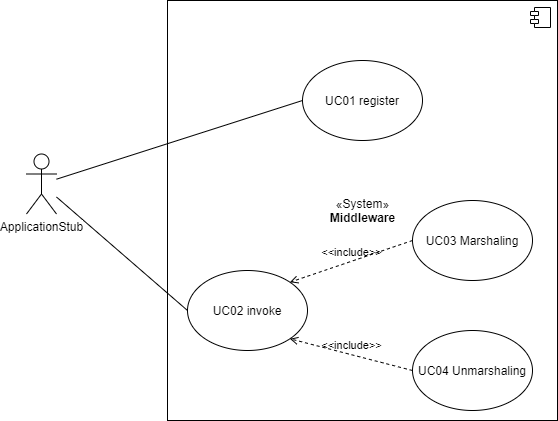
Before: Doku/images/middleware_fachlicher_trontext.png, a diagram exported from draw.io (KjellooMelloo/gameoftrons). Source tidied: cells renumbered, new cells last; positions are measured from the earlier drawing's top-left corner, leaving out a move shared by most shapes. Source of this version:
```xml
<mxGraphModel>
  <root>
    <mxCell id="0" />
    <mxCell id="1" parent="0" />
    <mxCell id="2" value="«System»&lt;br&gt;&lt;b&gt;Middleware&lt;/b&gt;" style="html=1;" parent="1" vertex="1">
      <mxGeometry x="141" width="390" height="420" as="geometry" />
    </mxCell>
    <mxCell id="3" style="shape=component;jettyWidth=8;jettyHeight=4;" parent="2" vertex="1">
      <mxGeometry x="1" width="20" height="20" relative="1" as="geometry">
        <mxPoint x="-27" y="7" as="offset" />
      </mxGeometry>
    </mxCell>
    <mxCell id="4" style="edgeStyle=none;rounded=0;jettySize=auto;html=1;entryX=0;entryY=0.5;entryDx=0;entryDy=0;endArrow=none;endFill=0;" parent="1" edge="1" source="6" target="7">
      <mxGeometry relative="1" as="geometry" />
    </mxCell>
    <mxCell id="5" style="edgeStyle=none;rounded=0;jettySize=auto;html=1;entryX=0;entryY=0.5;entryDx=0;entryDy=0;endArrow=none;endFill=0;" parent="1" edge="1" source="6" target="8">
      <mxGeometry relative="1" as="geometry" />
    </mxCell>
    <mxCell id="6" value="ApplicationStub" style="shape=umlActor;verticalLabelPosition=bottom;labelBackgroundColor=#ffffff;verticalAlign=top;html=1;outlineConnect=0;" parent="1" vertex="1">
      <mxGeometry y="153.5" width="30" height="60" as="geometry" />
    </mxCell>
    <mxCell id="7" value="UC01 register" style="ellipse;whiteSpace=wrap;html=1;" parent="1" vertex="1">
      <mxGeometry x="276" y="60" width="120" height="80" as="geometry" />
    </mxCell>
    <mxCell id="8" value="UC02 invoke" style="ellipse;whiteSpace=wrap;html=1;" parent="1" vertex="1">
      <mxGeometry x="161" y="270" width="120" height="80" as="geometry" />
    </mxCell>
    <mxCell id="9" value="UC03 Marshaling" style="ellipse;whiteSpace=wrap;html=1;" parent="1" vertex="1">
      <mxGeometry x="386" y="200" width="120" height="80" as="geometry" />
    </mxCell>
    <mxCell id="10" value="UC04 Unmarshaling" style="ellipse;whiteSpace=wrap;html=1;" parent="1" vertex="1">
      <mxGeometry x="386" y="330" width="120" height="80" as="geometry" />
    </mxCell>
    <mxCell id="11" value="&amp;lt;&amp;lt;include&amp;gt;&amp;gt;" style="edgeStyle=none;html=1;endArrow=open;verticalAlign=bottom;dashed=1;labelBackgroundColor=none;exitX=0;exitY=0.5;exitDx=0;exitDy=0;entryX=1;entryY=1;entryDx=0;entryDy=0;" parent="1" edge="1" source="10" target="8">
      <mxGeometry relative="1" as="geometry" />
    </mxCell>
    <mxCell id="12" value="&amp;lt;&amp;lt;include&amp;gt;&amp;gt;" style="edgeStyle=none;html=1;endArrow=open;verticalAlign=bottom;dashed=1;labelBackgroundColor=none;exitX=0;exitY=0.5;exitDx=0;exitDy=0;entryX=1;entryY=0;entryDx=0;entryDy=0;" parent="1" edge="1" source="9" target="8">
      <mxGeometry relative="1" as="geometry" />
    </mxCell>
  </root>
</mxGraphModel>
```
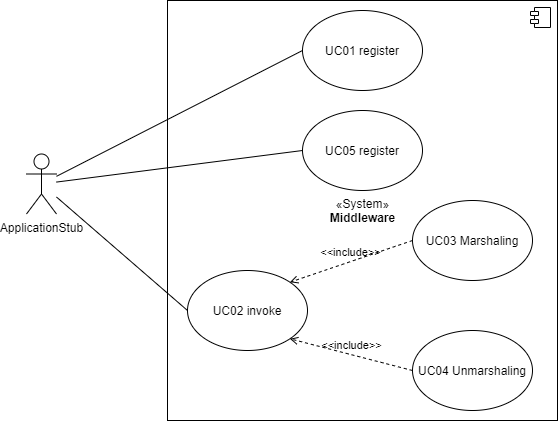
Later version of the same file.

Commit message:
small adjustment fachl. trontext, MW Ebene 1+2

What changed in the source:
```diff
@@ -10,32 +10,38 @@
         <mxPoint x="-27" y="7" as="offset" />
       </mxGeometry>
     </mxCell>
-    <mxCell id="4" style="edgeStyle=none;rounded=0;jettySize=auto;html=1;entryX=0;entryY=0.5;entryDx=0;entryDy=0;endArrow=none;endFill=0;" parent="1" edge="1" source="6" target="7">
+    <mxCell id="4" style="edgeStyle=none;rounded=0;jettySize=auto;html=1;entryX=0;entryY=0.5;entryDx=0;entryDy=0;endArrow=none;endFill=0;" parent="1" edge="1" source="7" target="8">
       <mxGeometry relative="1" as="geometry" />
     </mxCell>
-    <mxCell id="5" style="edgeStyle=none;rounded=0;jettySize=auto;html=1;entryX=0;entryY=0.5;entryDx=0;entryDy=0;endArrow=none;endFill=0;" parent="1" edge="1" source="6" target="8">
+    <mxCell id="5" style="edgeStyle=none;rounded=0;jettySize=auto;html=1;entryX=0;entryY=0.5;entryDx=0;entryDy=0;endArrow=none;endFill=0;" parent="1" edge="1" source="7" target="9">
       <mxGeometry relative="1" as="geometry" />
     </mxCell>
-    <mxCell id="6" value="ApplicationStub" style="shape=umlActor;verticalLabelPosition=bottom;labelBackgroundColor=#ffffff;verticalAlign=top;html=1;outlineConnect=0;" parent="1" vertex="1">
-      <mxGeometry y="153.5" width="30" height="60" as="geometry" />
+    <mxCell id="6" style="rounded=0;jettySize=auto;html=1;entryX=0;entryY=0.5;entryDx=0;entryDy=0;endArrow=none;endFill=0;" parent="1" edge="1" source="7" target="14">
+      <mxGeometry relative="1" as="geometry" />
     </mxCell>
-    <mxCell id="7" value="UC01 register" style="ellipse;whiteSpace=wrap;html=1;" parent="1" vertex="1">
-      <mxGeometry x="276" y="60" width="120" height="80" as="geometry" />
+    <mxCell id="7" value="ApplicationStub" style="shape=umlActor;verticalLabelPosition=bottom;labelBackgroundColor=#ffffff;verticalAlign=top;html=1;outlineConnect=0;" parent="1" vertex="1">
+      <mxGeometry y="153.5" width="30" height="60" as="geometry" />
     </mxCell>
-    <mxCell id="8" value="UC02 invoke" style="ellipse;whiteSpace=wrap;html=1;" parent="1" vertex="1">
-      <mxGeometry x="161" y="270" width="120" height="80" as="geometry" />
+    <mxCell id="8" value="UC01 register" style="ellipse;whiteSpace=wrap;html=1;" parent="1" vertex="1">
+      <mxGeometry x="276" y="10" width="120" height="80" as="geometry" />
     </mxCell>
-    <mxCell id="9" value="UC03 Marshaling" style="ellipse;whiteSpace=wrap;html=1;" parent="1" vertex="1">
-      <mxGeometry x="386" y="200" width="120" height="80" as="geometry" />
+    <mxCell id="9" value="UC02 invoke" style="ellipse;whiteSpace=wrap;html=1;" parent="1" vertex="1">
+      <mxGeometry x="161" y="270" width="120" height="80" as="geometry" />
     </mxCell>
-    <mxCell id="10" value="UC04 Unmarshaling" style="ellipse;whiteSpace=wrap;html=1;" parent="1" vertex="1">
-      <mxGeometry x="386" y="330" width="120" height="80" as="geometry" />
+    <mxCell id="10" value="UC03 Marshaling" style="ellipse;whiteSpace=wrap;html=1;" parent="1" vertex="1">
+      <mxGeometry x="386" y="200" width="120" height="80" as="geometry" />
     </mxCell>
-    <mxCell id="11" value="&amp;lt;&amp;lt;include&amp;gt;&amp;gt;" style="edgeStyle=none;html=1;endArrow=open;verticalAlign=bottom;dashed=1;labelBackgroundColor=none;exitX=0;exitY=0.5;exitDx=0;exitDy=0;entryX=1;entryY=1;entryDx=0;entryDy=0;" parent="1" edge="1" source="10" target="8">
-      <mxGeometry relative="1" as="geometry" />
+    <mxCell id="11" value="UC04 Unmarshaling" style="ellipse;whiteSpace=wrap;html=1;" parent="1" vertex="1">
+      <mxGeometry x="386" y="330" width="120" height="80" as="geometry" />
     </mxCell>
-    <mxCell id="12" value="&amp;lt;&amp;lt;include&amp;gt;&amp;gt;" style="edgeStyle=none;html=1;endArrow=open;verticalAlign=bottom;dashed=1;labelBackgroundColor=none;exitX=0;exitY=0.5;exitDx=0;exitDy=0;entryX=1;entryY=0;entryDx=0;entryDy=0;" parent="1" edge="1" source="9" target="8">
+    <mxCell id="12" value="&amp;lt;&amp;lt;include&amp;gt;&amp;gt;" style="edgeStyle=none;html=1;endArrow=open;verticalAlign=bottom;dashed=1;labelBackgroundColor=none;exitX=0;exitY=0.5;exitDx=0;exitDy=0;entryX=1;entryY=1;entryDx=0;entryDy=0;" parent="1" edge="1" source="11" target="9">
       <mxGeometry relative="1" as="geometry" />
     </mxCell>
+    <mxCell id="13" value="&amp;lt;&amp;lt;include&amp;gt;&amp;gt;" style="edgeStyle=none;html=1;endArrow=open;verticalAlign=bottom;dashed=1;labelBackgroundColor=none;exitX=0;exitY=0.5;exitDx=0;exitDy=0;entryX=1;entryY=0;entryDx=0;entryDy=0;" parent="1" edge="1" source="10" target="9">
+      <mxGeometry relative="1" as="geometry" />
+    </mxCell>
+    <mxCell id="14" value="UC05 register" style="ellipse;whiteSpace=wrap;html=1;" parent="1" vertex="1">
+      <mxGeometry x="276" y="110" width="120" height="80" as="geometry" />
+    </mxCell>
   </root>
 </mxGraphModel>
```
